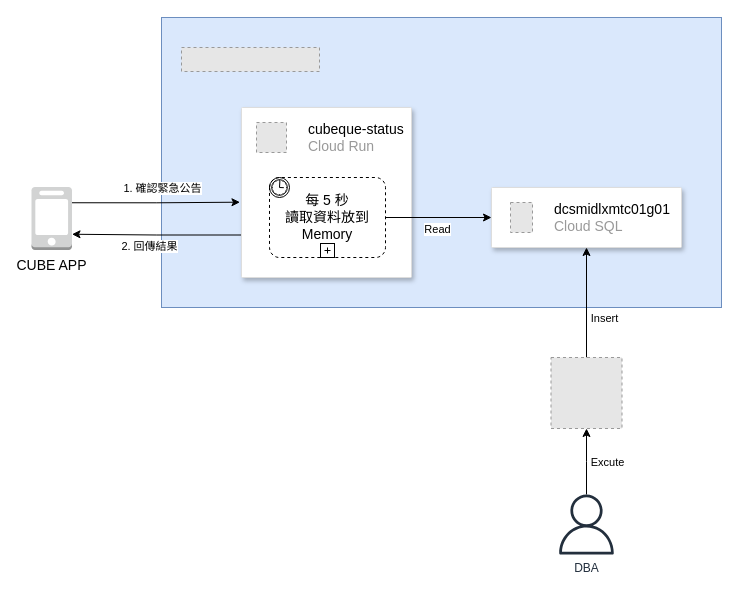
JaeyoLin/draw.io keeps this draw.io diagram as bbb.drawio. Above is the earlier version. Source tidied: cells renumbered, new cells numbered last; positions are measured from the earlier drawing's top-left corner, leaving out a move shared by most shapes. Both pictures are drawn from the tidied source at 100%, with x=0, y=0 at pixel (31, 17). Pictures stored in the file or linked from it are replaced by grey dashed boxes.
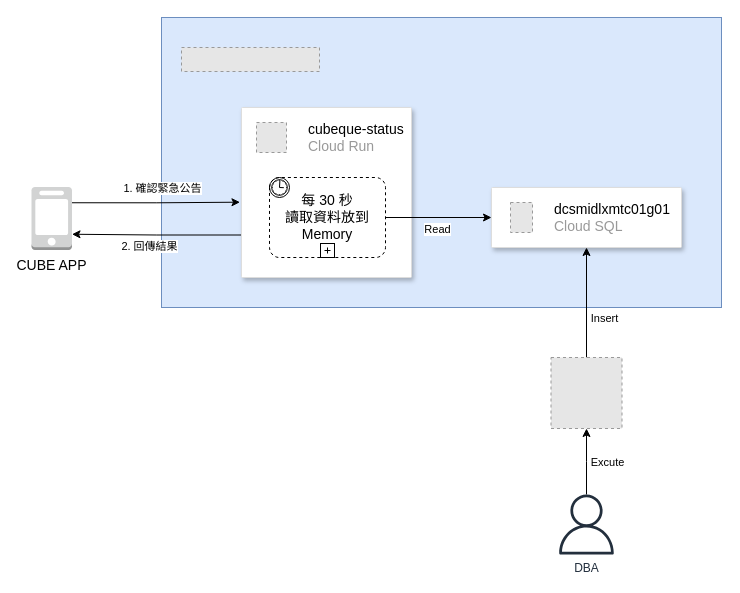
After the change.

Unchanged cells that the change refers to:
```xml
<mxCell id="8" style="strokeColor=#dddddd;shadow=1;strokeWidth=1;rounded=1;absoluteArcSize=1;arcSize=2;fontSize=14;" parent="1" vertex="1">
  <mxGeometry x="210" y="90" width="170" height="170" as="geometry" />
</mxCell>
```

Change to the diagram source:
```diff
@@
-    <mxCell id="10" value="&lt;font style=&quot;font-size: 14px;&quot;&gt;每 5 秒&lt;br&gt;讀取資料放到&lt;br&gt;Memory&lt;br&gt;&lt;/font&gt;" style="points=[[0.25,0,0],[0.5,0,0],[0.75,0,0],[1,0.25,0],[1,0.5,0],[1,0.75,0],[0.75,1,0],[0.5,1,0],[0.25,1,0],[0,0.75,0],[0,0.5,0],[0,0.25,0]];shape=mxgraph.bpmn.task;whiteSpace=wrap;rectStyle=rounded;size=10;html=1;taskMarker=abstract;bpmnShapeType=subprocess;isLoopSub=1;outline=eventInt;symbol=timer;" parent="8" vertex="1">
+    <mxCell id="10" value="&lt;font style=&quot;font-size: 14px;&quot;&gt;每 30 秒&lt;br&gt;讀取資料放到&lt;br&gt;Memory&lt;br&gt;&lt;/font&gt;" style="points=[[0.25,0,0],[0.5,0,0],[0.75,0,0],[1,0.25,0],[1,0.5,0],[1,0.75,0],[0.75,1,0],[0.5,1,0],[0.25,1,0],[0,0.75,0],[0,0.5,0],[0,0.25,0]];shape=mxgraph.bpmn.task;whiteSpace=wrap;rectStyle=rounded;size=10;html=1;taskMarker=abstract;bpmnShapeType=subprocess;isLoopSub=1;outline=eventInt;symbol=timer;" parent="8" vertex="1">
       <mxGeometry x="28" y="70" width="116" height="80" as="geometry" />
     </mxCell>
```
